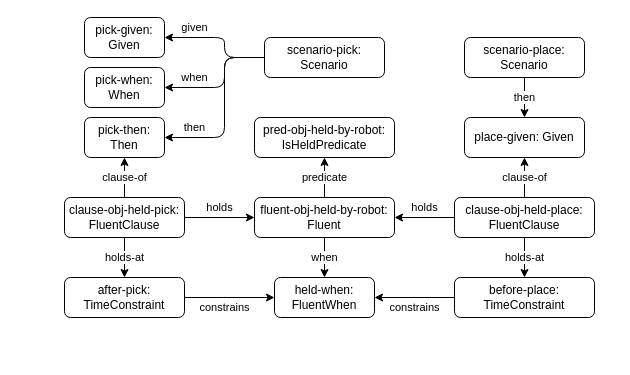
Above: page "template with 2 isHeld" (4 of 8) of bdd-example-pickplace.drawio in minhnh/drawio-diagrams (draw.io), before the change. Source tidied: cells renumbered, new cells numbered last; positions are measured from the earlier drawing's top-left corner, leaving out a move shared by most shapes. Both pictures are drawn from the tidied source at 100%, with x=0, y=0 at pixel (64, 17).
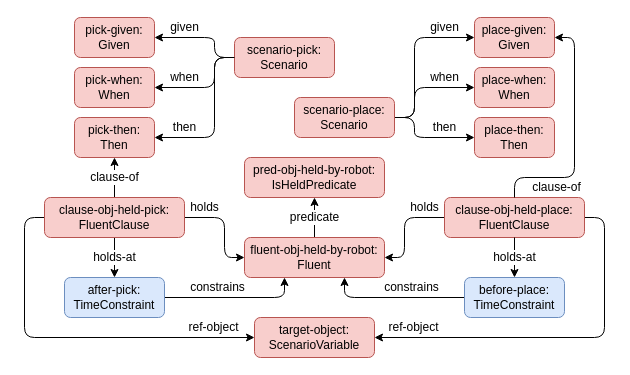
The same page after the edit.

Commit message (it also covers changes not shown here):
revise overview and fluent figs

The edit, as a diff of the source:
```diff
@@
-    <mxCell id="2" value="predicate" style="edgeStyle=orthogonalEdgeStyle;shape=connector;rounded=1;jettySize=auto;html=1;labelBackgroundColor=default;strokeColor=default;align=center;verticalAlign=middle;fontFamily=Helvetica;fontSize=11;fontColor=default;endArrow=classic;" parent="1" edge="1" source="4" target="5">
+    <mxCell id="2" value="predicate" style="edgeStyle=orthogonalEdgeStyle;shape=connector;rounded=1;jettySize=auto;html=1;labelBackgroundColor=default;strokeColor=default;align=center;verticalAlign=middle;fontFamily=Helvetica;fontSize=12;fontColor=default;endArrow=classic;" parent="1" edge="1" source="4" target="5">
       <mxGeometry relative="1" as="geometry" />
     </mxCell>
-    <mxCell id="3" value="when" style="edgeStyle=orthogonalEdgeStyle;shape=connector;rounded=1;jettySize=auto;html=1;labelBackgroundColor=default;strokeColor=default;align=center;verticalAlign=middle;fontFamily=Helvetica;fontSize=11;fontColor=default;endArrow=classic;" parent="1" edge="1" source="4" target="6">
-      <mxGeometry relative="1" as="geometry" />
-    </mxCell>
-    <mxCell id="4" value="fluent-obj-held-by-robot:&lt;br&gt;Fluent" style="rounded=1;whiteSpace=wrap;html=1;" parent="1" vertex="1">
-      <mxGeometry x="190" y="180" width="140" height="40" as="geometry" />
+    <mxCell id="4" value="fluent-obj-held-by-robot:&lt;br style=&quot;font-size: 12px;&quot;&gt;Fluent" style="rounded=1;whiteSpace=wrap;html=1;fillColor=#f8cecc;strokeColor=#b85450;fontSize=12;labelBackgroundColor=none;" parent="1" vertex="1">
+      <mxGeometry x="180" y="220" width="140" height="40" as="geometry" />
     </mxCell>
-    <mxCell id="5" value="pred-obj-held-by-robot: IsHeldPredicate" style="rounded=1;whiteSpace=wrap;html=1;fillColor=#FFFFFF;fontColor=default;" parent="1" vertex="1">
-      <mxGeometry x="190" y="100" width="140" height="40" as="geometry" />
+    <mxCell id="5" value="pred-obj-held-by-robot: IsHeldPredicate" style="rounded=1;whiteSpace=wrap;html=1;fillColor=#f8cecc;strokeColor=#b85450;fontSize=12;labelBackgroundColor=none;" parent="1" vertex="1">
+      <mxGeometry x="180" y="140" width="140" height="40" as="geometry" />
     </mxCell>
-    <mxCell id="6" value="held-when: FluentWhen" style="rounded=1;whiteSpace=wrap;html=1;fillColor=#FFFFFF;fontColor=default;" parent="1" vertex="1">
-      <mxGeometry x="210" y="260" width="100" height="40" as="geometry" />
-    </mxCell>
-    <mxCell id="7" value="holds" style="edgeStyle=orthogonalEdgeStyle;shape=connector;rounded=1;jettySize=auto;html=1;labelBackgroundColor=default;strokeColor=default;align=center;verticalAlign=middle;fontFamily=Helvetica;fontSize=11;fontColor=default;endArrow=classic;" parent="1" edge="1" source="10" target="4">
-      <mxGeometry y="10" relative="1" as="geometry" />
+    <mxCell id="7" value="holds" style="edgeStyle=orthogonalEdgeStyle;shape=connector;rounded=1;jettySize=auto;html=1;labelBackgroundColor=none;strokeColor=default;align=center;verticalAlign=middle;fontFamily=Helvetica;fontSize=12;fontColor=default;endArrow=classic;" parent="1" edge="1" source="10" target="4">
+      <mxGeometry x="-0.6" y="10" relative="1" as="geometry">
+        <Array as="points">
+          <mxPoint x="160" y="200" />
+          <mxPoint x="160" y="240" />
+        </Array>
+      </mxGeometry>
     </mxCell>
-    <mxCell id="8" value="holds-at" style="edgeStyle=orthogonalEdgeStyle;shape=connector;rounded=1;jettySize=auto;html=1;labelBackgroundColor=default;strokeColor=default;align=center;verticalAlign=middle;fontFamily=Helvetica;fontSize=11;fontColor=default;endArrow=classic;" parent="1" edge="1" source="10" target="12">
+    <mxCell id="8" value="holds-at" style="edgeStyle=orthogonalEdgeStyle;shape=connector;rounded=1;jettySize=auto;html=1;labelBackgroundColor=default;strokeColor=default;align=center;verticalAlign=middle;fontFamily=Helvetica;fontSize=12;fontColor=default;endArrow=classic;" parent="1" edge="1" source="10" target="12">
       <mxGeometry relative="1" as="geometry" />
     </mxCell>
-    <mxCell id="9" value="clause-of" style="edgeStyle=orthogonalEdgeStyle;shape=connector;rounded=1;jettySize=auto;html=1;labelBackgroundColor=default;strokeColor=default;align=center;verticalAlign=middle;fontFamily=Helvetica;fontSize=11;fontColor=default;endArrow=classic;" parent="1" edge="1" source="10" target="16">
+    <mxCell id="9" value="clause-of" style="edgeStyle=orthogonalEdgeStyle;shape=connector;rounded=1;jettySize=auto;html=1;labelBackgroundColor=default;strokeColor=default;align=center;verticalAlign=middle;fontFamily=Helvetica;fontSize=12;fontColor=default;endArrow=classic;" parent="1" edge="1" source="10" target="16">
       <mxGeometry relative="1" as="geometry" />
     </mxCell>
+    <mxCell id="29" value="ref-object" style="edgeStyle=orthogonalEdgeStyle;shape=connector;rounded=1;jettySize=auto;html=1;labelBackgroundColor=none;strokeColor=default;align=center;verticalAlign=middle;fontFamily=Helvetica;fontSize=12;fontColor=default;endArrow=classic;" parent="1" edge="1" source="10" target="32">
+      <mxGeometry x="0.78" y="10" relative="1" as="geometry">
+        <Array as="points">
+          <mxPoint x="-40" y="200" />
+          <mxPoint x="-40" y="320" />
+        </Array>
+      </mxGeometry>
+    </mxCell>
-    <mxCell id="10" value="clause-obj-held-pick: FluentClause" style="rounded=1;whiteSpace=wrap;html=1;" parent="1" vertex="1">
-      <mxGeometry y="180" width="120" height="40" as="geometry" />
+    <mxCell id="10" value="clause-obj-held-pick: FluentClause" style="rounded=1;whiteSpace=wrap;html=1;fillColor=#f8cecc;strokeColor=#b85450;fontSize=12;labelBackgroundColor=none;" parent="1" vertex="1">
+      <mxGeometry x="-20" y="180" width="140" height="40" as="geometry" />
     </mxCell>
-    <mxCell id="11" value="constrains" style="edgeStyle=orthogonalEdgeStyle;shape=connector;rounded=1;jettySize=auto;html=1;labelBackgroundColor=default;strokeColor=default;align=center;verticalAlign=middle;fontFamily=Helvetica;fontSize=11;fontColor=default;endArrow=classic;" parent="1" edge="1" source="12" target="6">
-      <mxGeometry x="-0.11" y="-10" relative="1" as="geometry" />
+    <mxCell id="11" value="constrains" style="edgeStyle=orthogonalEdgeStyle;shape=connector;rounded=1;jettySize=auto;html=1;labelBackgroundColor=none;strokeColor=default;align=center;verticalAlign=middle;fontFamily=Helvetica;fontSize=12;fontColor=default;endArrow=classic;" parent="1" edge="1" source="12" target="4">
+      <mxGeometry x="-0.25" y="10" relative="1" as="geometry">
+        <Array as="points">
+          <mxPoint x="220" y="280" />
+        </Array>
+      </mxGeometry>
     </mxCell>
-    <mxCell id="12" value="after-pick: TimeConstraint" style="rounded=1;whiteSpace=wrap;html=1;fillColor=#FFFFFF;fontColor=default;" parent="1" vertex="1">
-      <mxGeometry y="260" width="120" height="40" as="geometry" />
+    <mxCell id="12" value="after-pick: TimeConstraint" style="rounded=1;whiteSpace=wrap;html=1;fillColor=#dae8fc;strokeColor=#6c8ebf;fontSize=12;labelBackgroundColor=none;" parent="1" vertex="1">
+      <mxGeometry y="260" width="100" height="40" as="geometry" />
     </mxCell>
-    <mxCell id="13" value="then" style="edgeStyle=orthogonalEdgeStyle;shape=connector;rounded=1;jettySize=auto;html=1;labelBackgroundColor=default;strokeColor=default;align=center;verticalAlign=middle;fontFamily=Helvetica;fontSize=11;fontColor=default;endArrow=classic;" parent="1" edge="1" source="15" target="16">
-      <mxGeometry x="0.67" y="-10" relative="1" as="geometry">
+    <mxCell id="13" value="then" style="edgeStyle=orthogonalEdgeStyle;shape=connector;rounded=1;jettySize=auto;html=1;labelBackgroundColor=none;strokeColor=default;align=center;verticalAlign=middle;fontFamily=Helvetica;fontSize=12;fontColor=default;endArrow=classic;" parent="1" edge="1" source="15" target="16">
+      <mxGeometry x="0.62" y="-10" relative="1" as="geometry">
         <Array as="points">
-          <mxPoint x="160" y="40" />
-          <mxPoint x="160" y="120" />
+          <mxPoint x="150" y="40" />
+          <mxPoint x="150" y="120" />
         </Array>
       </mxGeometry>
     </mxCell>
-    <mxCell id="14" value="when" style="edgeStyle=orthogonalEdgeStyle;shape=connector;rounded=1;jettySize=auto;html=1;labelBackgroundColor=default;strokeColor=default;align=center;verticalAlign=middle;fontFamily=Helvetica;fontSize=11;fontColor=default;endArrow=classic;" parent="1" edge="1" source="15" target="26">
-      <mxGeometry x="0.54" y="-10" relative="1" as="geometry">
+    <mxCell id="14" value="when" style="edgeStyle=orthogonalEdgeStyle;shape=connector;rounded=1;jettySize=auto;html=1;labelBackgroundColor=none;strokeColor=default;align=center;verticalAlign=middle;fontFamily=Helvetica;fontSize=12;fontColor=default;endArrow=classic;" parent="1" edge="1" source="15" target="26">
+      <mxGeometry x="0.45" y="-10" relative="1" as="geometry">
         <Array as="points">
-          <mxPoint x="160" y="40" />
-          <mxPoint x="160" y="70" />
+          <mxPoint x="150" y="40" />
+          <mxPoint x="150" y="70" />
         </Array>
       </mxGeometry>
     </mxCell>
-    <mxCell id="15" value="scenario-pick: Scenario" style="rounded=1;whiteSpace=wrap;html=1;" parent="1" vertex="1">
-      <mxGeometry x="200" y="20" width="120" height="40" as="geometry" />
+    <mxCell id="15" value="scenario-pick: Scenario" style="rounded=1;whiteSpace=wrap;html=1;fillColor=#f8cecc;strokeColor=#b85450;fontSize=12;labelBackgroundColor=none;" parent="1" vertex="1">
+      <mxGeometry x="170" y="20" width="100" height="40" as="geometry" />
     </mxCell>
-    <mxCell id="16" value="pick-then: Then" style="rounded=1;whiteSpace=wrap;html=1;" parent="1" vertex="1">
-      <mxGeometry x="20" y="100" width="80" height="40" as="geometry" />
+    <mxCell id="16" value="pick-then: Then" style="rounded=1;whiteSpace=wrap;html=1;fillColor=#f8cecc;strokeColor=#b85450;fontSize=12;labelBackgroundColor=none;" parent="1" vertex="1">
+      <mxGeometry x="10" y="100" width="80" height="40" as="geometry" />
     </mxCell>
-    <mxCell id="17" value="holds" style="edgeStyle=orthogonalEdgeStyle;shape=connector;rounded=1;jettySize=auto;html=1;labelBackgroundColor=default;strokeColor=default;align=center;verticalAlign=middle;fontFamily=Helvetica;fontSize=11;fontColor=default;endArrow=classic;" parent="1" edge="1" source="18" target="4">
-      <mxGeometry y="-10" relative="1" as="geometry" />
+    <mxCell id="17" value="holds" style="edgeStyle=orthogonalEdgeStyle;shape=connector;rounded=1;jettySize=auto;html=1;labelBackgroundColor=none;strokeColor=default;align=center;verticalAlign=middle;fontFamily=Helvetica;fontSize=12;fontColor=default;endArrow=classic;" parent="1" edge="1" source="18" target="4">
+      <mxGeometry x="-0.6" y="-10" relative="1" as="geometry">
+        <Array as="points">
+          <mxPoint x="340" y="200" />
+          <mxPoint x="340" y="240" />
+        </Array>
+      </mxGeometry>
     </mxCell>
+    <mxCell id="30" value="ref-object" style="edgeStyle=orthogonalEdgeStyle;shape=connector;rounded=1;jettySize=auto;html=1;labelBackgroundColor=none;strokeColor=default;align=center;verticalAlign=middle;fontFamily=Helvetica;fontSize=12;fontColor=default;endArrow=classic;" parent="1" edge="1" source="18" target="32">
+      <mxGeometry x="0.79" y="-10" relative="1" as="geometry">
+        <Array as="points">
+          <mxPoint x="540" y="200" />
+          <mxPoint x="540" y="320" />
+        </Array>
+      </mxGeometry>
+    </mxCell>
-    <mxCell id="18" value="clause-obj-held-place: FluentClause" style="rounded=1;whiteSpace=wrap;html=1;" parent="1" vertex="1">
-      <mxGeometry x="390" y="180" width="140" height="40" as="geometry" />
+    <mxCell id="18" value="clause-obj-held-place: FluentClause" style="rounded=1;whiteSpace=wrap;html=1;fillColor=#f8cecc;strokeColor=#b85450;fontSize=12;labelBackgroundColor=none;" parent="1" vertex="1">
+      <mxGeometry x="380" y="180" width="140" height="40" as="geometry" />
     </mxCell>
-    <mxCell id="19" value="constrains" style="edgeStyle=orthogonalEdgeStyle;shape=connector;rounded=1;jettySize=auto;html=1;labelBackgroundColor=default;strokeColor=default;align=center;verticalAlign=middle;fontFamily=Helvetica;fontSize=11;fontColor=default;endArrow=classic;" parent="1" edge="1" source="20" target="6">
-      <mxGeometry y="10" relative="1" as="geometry" />
+    <mxCell id="19" value="constrains" style="edgeStyle=orthogonalEdgeStyle;shape=connector;rounded=1;jettySize=auto;html=1;labelBackgroundColor=none;strokeColor=default;align=center;verticalAlign=middle;fontFamily=Helvetica;fontSize=12;fontColor=default;endArrow=classic;" parent="1" edge="1" source="20" target="4">
+      <mxGeometry x="-0.25" y="-10" relative="1" as="geometry">
+        <Array as="points">
+          <mxPoint x="280" y="280" />
+        </Array>
+      </mxGeometry>
     </mxCell>
-    <mxCell id="20" value="before-place: TimeConstraint" style="rounded=1;whiteSpace=wrap;html=1;fillColor=#FFFFFF;fontColor=default;" parent="1" vertex="1">
-      <mxGeometry x="390" y="260" width="140" height="40" as="geometry" />
+    <mxCell id="20" value="before-place: TimeConstraint" style="rounded=1;whiteSpace=wrap;html=1;fillColor=#dae8fc;strokeColor=#6c8ebf;fontSize=12;labelBackgroundColor=none;" parent="1" vertex="1">
+      <mxGeometry x="400" y="260" width="100" height="40" as="geometry" />
     </mxCell>
-    <mxCell id="21" value="holds-at" style="edgeStyle=orthogonalEdgeStyle;shape=connector;rounded=1;jettySize=auto;html=1;labelBackgroundColor=default;strokeColor=default;align=center;verticalAlign=middle;fontFamily=Helvetica;fontSize=11;fontColor=default;endArrow=classic;" parent="1" edge="1" source="18" target="20">
+    <mxCell id="21" value="holds-at" style="edgeStyle=orthogonalEdgeStyle;shape=connector;rounded=1;jettySize=auto;html=1;labelBackgroundColor=default;strokeColor=default;align=center;verticalAlign=middle;fontFamily=Helvetica;fontSize=12;fontColor=default;endArrow=classic;" parent="1" edge="1" source="18" target="20">
       <mxGeometry relative="1" as="geometry" />
     </mxCell>
-    <mxCell id="22" value="then" style="edgeStyle=orthogonalEdgeStyle;shape=connector;rounded=1;jettySize=auto;html=1;labelBackgroundColor=default;strokeColor=default;align=center;verticalAlign=middle;fontFamily=Helvetica;fontSize=11;fontColor=default;endArrow=classic;" parent="1" edge="1" source="23" target="24">
-      <mxGeometry relative="1" as="geometry" />
+    <mxCell id="22" value="given" style="edgeStyle=orthogonalEdgeStyle;shape=connector;rounded=1;jettySize=auto;html=1;labelBackgroundColor=none;strokeColor=default;align=center;verticalAlign=middle;fontFamily=Helvetica;fontSize=12;fontColor=default;endArrow=classic;" parent="1" edge="1" source="23" target="24">
+      <mxGeometry x="0.62" y="10" relative="1" as="geometry">
+        <Array as="points">
+          <mxPoint x="350" y="100" />
+          <mxPoint x="350" y="20" />
+        </Array>
+      </mxGeometry>
     </mxCell>
+    <mxCell id="3" value="when" style="edgeStyle=orthogonalEdgeStyle;shape=connector;rounded=1;jettySize=auto;html=1;labelBackgroundColor=none;strokeColor=default;align=center;verticalAlign=middle;fontFamily=Helvetica;fontSize=12;fontColor=default;endArrow=classic;" parent="1" edge="1" source="23" target="33">
+      <mxGeometry x="0.45" y="10" relative="1" as="geometry">
+        <Array as="points">
+          <mxPoint x="350" y="100" />
+          <mxPoint x="350" y="70" />
+        </Array>
+      </mxGeometry>
+    </mxCell>
+    <mxCell id="31" value="then" style="edgeStyle=orthogonalEdgeStyle;shape=connector;rounded=1;jettySize=auto;html=1;labelBackgroundColor=none;strokeColor=default;align=center;verticalAlign=middle;fontFamily=Helvetica;fontSize=12;fontColor=default;endArrow=classic;" parent="1" edge="1" source="23" target="34">
+      <mxGeometry x="0.4" y="10" relative="1" as="geometry">
+        <Array as="points">
+          <mxPoint x="350" y="100" />
+          <mxPoint x="350" y="120" />
+        </Array>
+      </mxGeometry>
+    </mxCell>
-    <mxCell id="23" value="scenario-place: Scenario" style="rounded=1;whiteSpace=wrap;html=1;" parent="1" vertex="1">
-      <mxGeometry x="400" y="20" width="120" height="40" as="geometry" />
+    <mxCell id="23" value="scenario-place: Scenario" style="rounded=1;whiteSpace=wrap;html=1;fillColor=#f8cecc;strokeColor=#b85450;fontSize=12;labelBackgroundColor=none;" parent="1" vertex="1">
+      <mxGeometry x="230" y="80" width="100" height="40" as="geometry" />
     </mxCell>
-    <mxCell id="24" value="place-given: Given" style="rounded=1;whiteSpace=wrap;html=1;" parent="1" vertex="1">
-      <mxGeometry x="400" y="100" width="120" height="40" as="geometry" />
+    <mxCell id="24" value="place-given: Given" style="rounded=1;whiteSpace=wrap;html=1;fillColor=#f8cecc;strokeColor=#b85450;fontSize=12;labelBackgroundColor=none;" parent="1" vertex="1">
+      <mxGeometry x="410" width="80" height="40" as="geometry" />
     </mxCell>
-    <mxCell id="25" value="pick-given: Given" style="rounded=1;whiteSpace=wrap;html=1;" parent="1" vertex="1">
-      <mxGeometry x="20" width="80" height="40" as="geometry" />
+    <mxCell id="25" value="pick-given: Given" style="rounded=1;whiteSpace=wrap;html=1;fillColor=#f8cecc;strokeColor=#b85450;fontSize=12;labelBackgroundColor=none;" parent="1" vertex="1">
+      <mxGeometry x="10" width="80" height="40" as="geometry" />
     </mxCell>
-    <mxCell id="26" value="pick-when: When" style="rounded=1;whiteSpace=wrap;html=1;" parent="1" vertex="1">
-      <mxGeometry x="20" y="50" width="80" height="40" as="geometry" />
+    <mxCell id="26" value="pick-when: When" style="rounded=1;whiteSpace=wrap;html=1;fillColor=#f8cecc;strokeColor=#b85450;fontSize=12;labelBackgroundColor=none;" parent="1" vertex="1">
+      <mxGeometry x="10" y="50" width="80" height="40" as="geometry" />
     </mxCell>
-    <mxCell id="27" value="clause-of" style="edgeStyle=orthogonalEdgeStyle;shape=connector;rounded=1;jettySize=auto;html=1;labelBackgroundColor=default;strokeColor=default;align=center;verticalAlign=middle;fontFamily=Helvetica;fontSize=11;fontColor=default;endArrow=classic;" parent="1" edge="1" source="18" target="24">
-      <mxGeometry relative="1" as="geometry" />
+    <mxCell id="27" value="clause-of" style="edgeStyle=orthogonalEdgeStyle;shape=connector;rounded=1;jettySize=auto;html=1;labelBackgroundColor=none;strokeColor=default;align=center;verticalAlign=middle;fontFamily=Helvetica;fontSize=12;fontColor=default;endArrow=classic;" parent="1" edge="1" source="18" target="24">
+      <mxGeometry x="-0.48" y="-10" relative="1" as="geometry">
+        <Array as="points">
+          <mxPoint x="450" y="160" />
+          <mxPoint x="510" y="160" />
+          <mxPoint x="510" y="20" />
+        </Array>
+      </mxGeometry>
     </mxCell>
-    <mxCell id="28" value="given" style="edgeStyle=orthogonalEdgeStyle;shape=connector;rounded=1;jettySize=auto;html=1;labelBackgroundColor=default;strokeColor=default;align=center;verticalAlign=middle;fontFamily=Helvetica;fontSize=11;fontColor=default;endArrow=classic;" parent="1" edge="1" source="15" target="25">
-      <mxGeometry x="0.5" y="-10" relative="1" as="geometry">
+    <mxCell id="28" value="given" style="edgeStyle=orthogonalEdgeStyle;shape=connector;rounded=1;jettySize=auto;html=1;labelBackgroundColor=none;strokeColor=default;align=center;verticalAlign=middle;fontFamily=Helvetica;fontSize=12;fontColor=default;endArrow=classic;" parent="1" edge="1" source="15" target="25">
+      <mxGeometry x="0.4" y="-10" relative="1" as="geometry">
         <Array as="points">
-          <mxPoint x="160" y="40" />
-          <mxPoint x="160" y="20" />
+          <mxPoint x="150" y="40" />
+          <mxPoint x="150" y="20" />
         </Array>
       </mxGeometry>
     </mxCell>
+    <mxCell id="32" value="target-object: ScenarioVariable" style="rounded=1;whiteSpace=wrap;html=1;fillColor=#f8cecc;strokeColor=#b85450;fontSize=12;labelBackgroundColor=none;" parent="1" vertex="1">
+      <mxGeometry x="190" y="300" width="120" height="40" as="geometry" />
+    </mxCell>
+    <mxCell id="33" value="place-when: When" style="rounded=1;whiteSpace=wrap;html=1;fillColor=#f8cecc;strokeColor=#b85450;fontSize=12;labelBackgroundColor=none;" parent="1" vertex="1">
+      <mxGeometry x="410" y="50" width="80" height="40" as="geometry" />
+    </mxCell>
+    <mxCell id="34" value="place-then: Then" style="rounded=1;whiteSpace=wrap;html=1;fillColor=#f8cecc;strokeColor=#b85450;fontSize=12;labelBackgroundColor=none;" parent="1" vertex="1">
+      <mxGeometry x="410" y="100" width="80" height="40" as="geometry" />
+    </mxCell>
```
